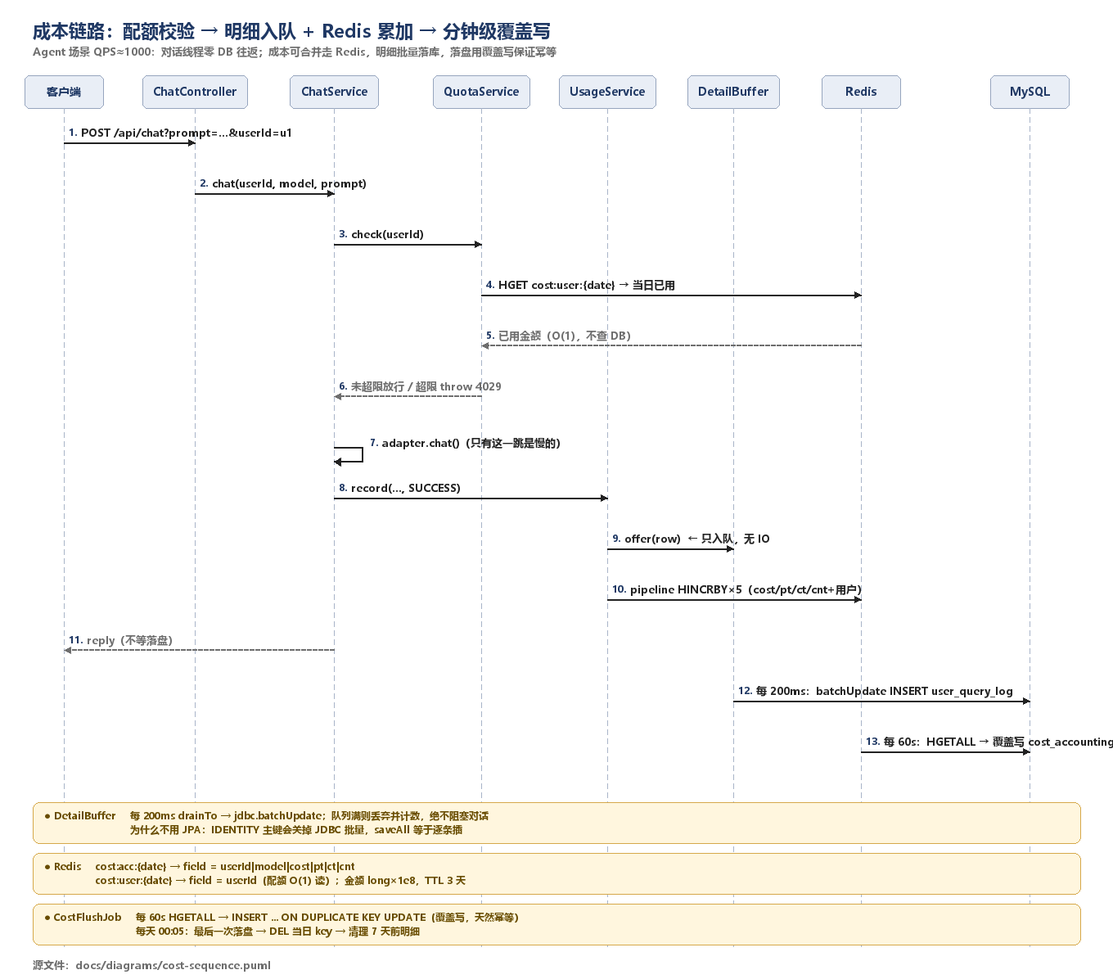
The PlantUML diagram docs/cost-sequence.png in qkainan/maibao-technology-application, before a commit. Its source is kept beside it as docs/diagrams/cost-sequence.puml.
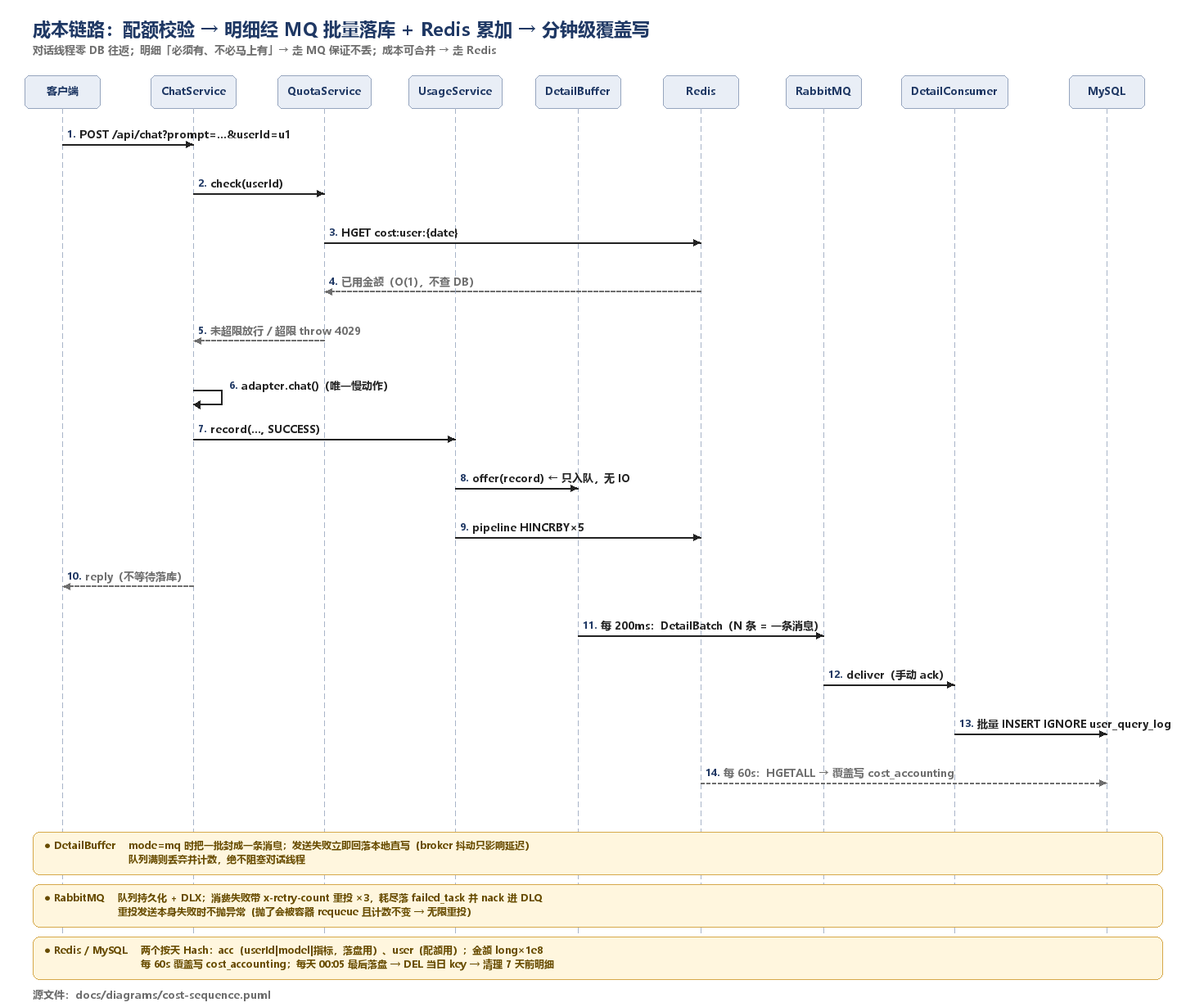
After the change.

Commit message:
docs: 明细落库改走 MQ 批量；修正重构后的类路径与时序图

The edit, as a diff of the source:
```diff
@@ -1,5 +1,5 @@
 @startuml cost-sequence
-title 成本链路：配额校验 → 明细入队 + Redis 累加 → 分钟级覆盖写
+title 成本链路：配额校验 → 明细经 MQ 批量落库 + Redis 累加 → 分钟级覆盖写
 skinparam defaultFontName "Microsoft YaHei"
 skinparam shadowing false
 skinparam sequenceMessageAlign left
@@ -7,34 +7,36 @@
 autonumber
 
 actor 客户端
-participant "ChatController" as CC
 participant "ChatService" as CS
 participant "CostQuotaService" as Q
 participant "UsageService" as US
-participant "DetailBuffer\n(本地队列)" as DB
-collections "Redis\n(按天 Hash)" as R
+participant "DetailBuffer\\n(200ms 攒批)" as DB
+collections "Redis\\n(按天 Hash)" as R
+queue "RabbitMQ\\nmaibao.detail.*" as MQ
+participant "DetailConsumer" as CON
 database "MySQL" as SQL
 
-客户端 -> CC : POST /api/chat
-CC -> CS : chat(userId, model, prompt)
+客户端 -> CS : POST /api/chat
 CS -> Q : check(userId)
 Q -> R : HGET cost:user:{date}
 R --> Q : 当日已用
 alt 已用 >= 额度
-  Q --> CS : throw 4029\n（不调模型、不产生费用）
+  Q --> CS : throw 4029（不调模型、不产生费用）
   CS --> 客户端 : 今日额度已用完
 else 未超限
   CS -> CS : adapter.chat()
   CS -> US : record(..., SUCCESS)
-  US -> DB : offer(row)  ← 只入队，无 IO
-  US -> R : pipeline HINCRBY×5\n（cost/pt/ct/cnt + 用户汇总）
-  CS --> 客户端 : reply（不等落盘）
+  US -> DB : offer(record)  ← 只入队，无 IO
+  US -> R : pipeline HINCRBY×5
+  CS --> 客户端 : reply（不等待落库）
 end
 
-note over DB : 每 200ms：drainTo → jdbc.batchUpdate\n（队列满则丢弃并计数，不阻塞对话）
-DB -> SQL : INSERT user_query_log（多值）
-note over R : cost:acc:{date} → userId|model|指标
-note over R : 每 60s：HGETALL → 覆盖写 cost_accounting\n（ON DUPLICATE KEY UPDATE，天然幂等）
-R -> SQL : UPSERT cost_accounting
+note over DB : mode=mq：把一批封成一条消息；发送失败立即回落本地直写\n队列满则丢弃并计数，绝不阻塞对话线程
+DB -> MQ : 每 200ms：DetailBatch（N 条 = 一条消息）
+MQ -> CON : deliver（手动 ack）
+CON -> SQL : 批量 INSERT IGNORE user_query_log
+note over MQ : 失败带 x-retry-count 重投 ×3；耗尽落 failed_task 并 nack 进 DLQ\n重投发送失败不抛异常（否则容器 requeue 且计数不变 → 无限重投）
+note over R : acc（userId|model|指标，落盘用）/ user（配额用）；金额 long×1e8
+R -> SQL : 每 60s HGETALL → 覆盖写 cost_accounting
 note over SQL : 每天 00:05：最后一次落盘 → DEL 当日 key → 清理 7 天前明细
 @enduml
```
